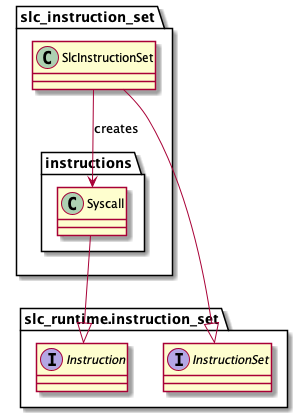
michelezamuner/jslm keeps this PlantUML diagram as src/main/java/io/slc/jsm/slc_instruction_set/slc_instruction_set_design.png. Above is the earlier version. Source of this version:
```plantuml
@startuml "SLC Instruction Set design"

package slc_runtime.instruction_set {
    interface InstructionSet
    interface Instruction
}

package slc_instruction_set {
    class SlcInstructionSet

    package instructions {
        class Syscall

        Syscall --|> Instruction
    }

    SlcInstructionSet --|> InstructionSet
    SlcInstructionSet --> Syscall : creates
}

@enduml
```
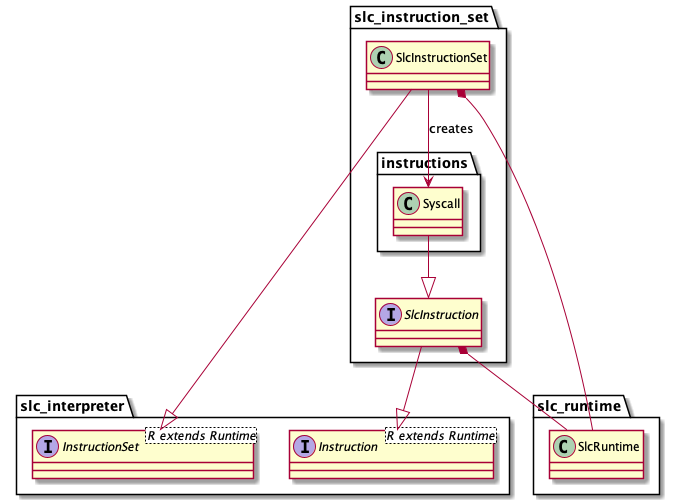
The same diagram one commit later.

Diff of the diagram source:
```diff
@@ -1,20 +1,28 @@
 @startuml "SLC Instruction Set design"
 
-package slc_runtime.instruction_set {
-    interface InstructionSet
-    interface Instruction
+package slc_interpreter {
+    interface InstructionSet<R extends Runtime>
+    interface Instruction<R extends Runtime>
+}
+
+package slc_runtime {
+    class SlcRuntime
 }
 
 package slc_instruction_set {
+    interface SlcInstruction
     class SlcInstructionSet
 
     package instructions {
         class Syscall
 
-        Syscall --|> Instruction
+        Syscall --|> SlcInstruction
     }
 
+    SlcInstruction --|> Instruction
+    SlcInstruction *-- SlcRuntime
     SlcInstructionSet --|> InstructionSet
+    SlcInstructionSet *-- SlcRuntime
     SlcInstructionSet --> Syscall : creates
 }
 
```
